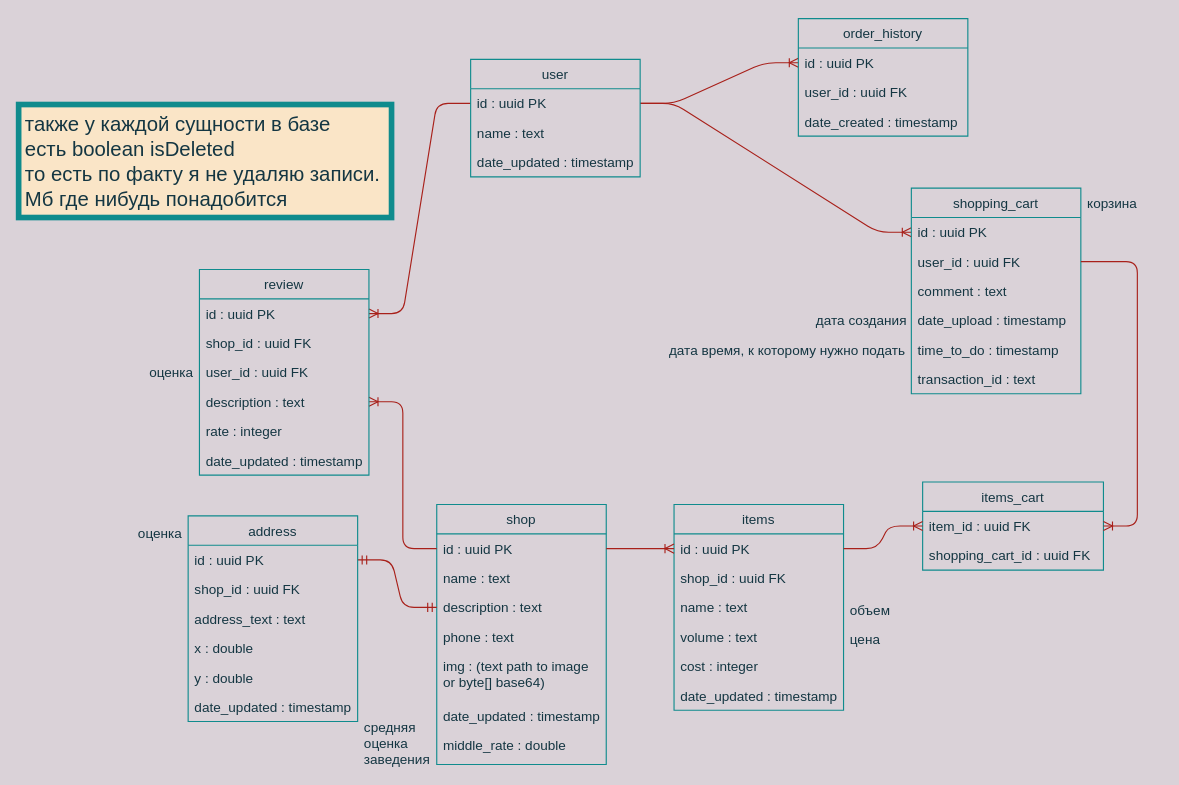
This is no_sresso_bd.drawio from kaemetronon/coffee-back, a draw.io file, before an edit. Source tidied: cells renumbered, new cells numbered last; positions are measured from the earlier drawing's top-left corner, leaving out a move shared by most shapes. Both pictures are drawn from the tidied source at 113%, with x=0, y=0 at pixel (18, 18).
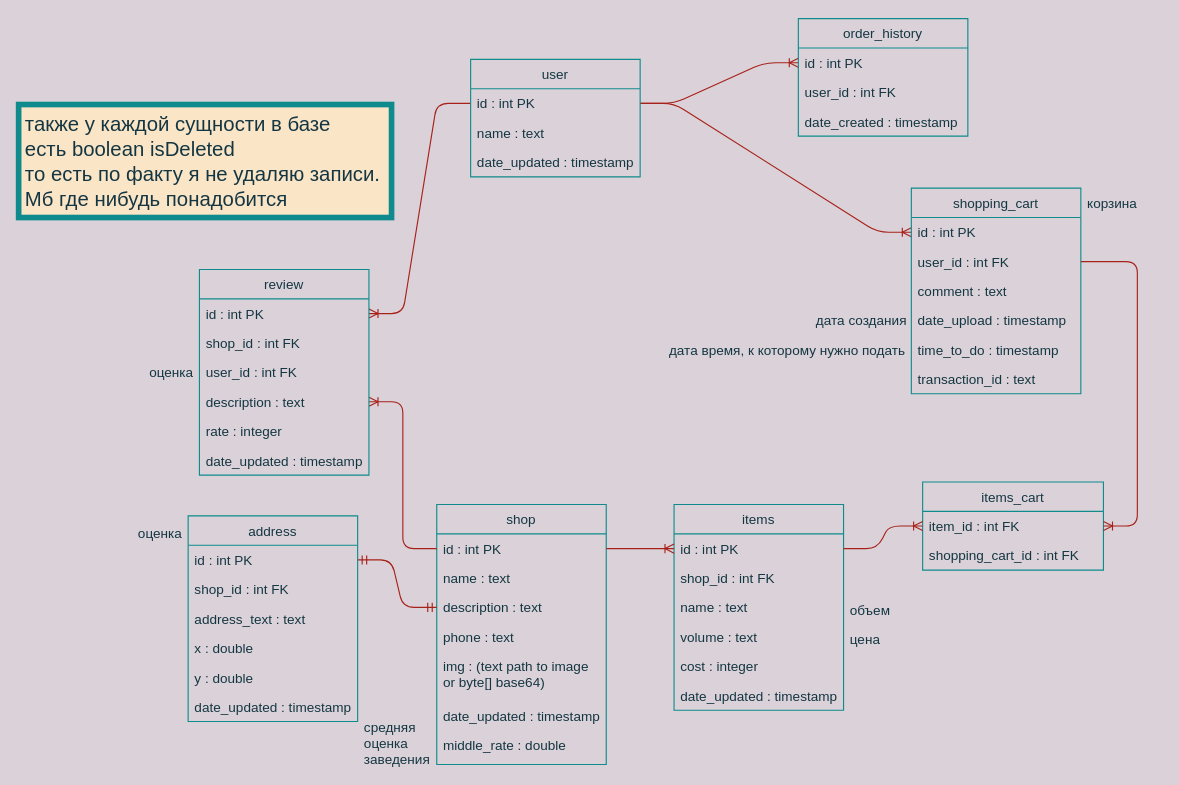
Above is the later version.

Unchanged cells that the change refers to:
```xml
<mxCell id="2" value="shop" style="swimlane;fontStyle=0;horizontal=1;startSize=26;fillColor=none;strokeColor=#0F8B8D;fontColor=#143642;" parent="1" vertex="1">
  <mxGeometry x="370" y="430" width="150" height="230" as="geometry" />
</mxCell>
<mxCell id="10" value="items" style="swimlane;fontStyle=0;horizontal=1;startSize=26;fillColor=none;strokeColor=#0F8B8D;fontColor=#143642;" parent="1" vertex="1">
  <mxGeometry x="580" y="430" width="150" height="182" as="geometry" />
</mxCell>
<mxCell id="31" value="review" style="swimlane;fontStyle=0;horizontal=1;startSize=26;fillColor=none;strokeColor=#0F8B8D;fontColor=#143642;" parent="1" vertex="1">
  <mxGeometry x="160" y="222" width="150" height="182" as="geometry" />
</mxCell>
<mxCell id="39" value="items_cart" style="swimlane;fontStyle=0;horizontal=1;startSize=26;fillColor=none;strokeColor=#0F8B8D;fontColor=#143642;" parent="1" vertex="1">
  <mxGeometry x="800" y="410" width="160" height="78" as="geometry" />
</mxCell>
<mxCell id="43" value="user" style="swimlane;fontStyle=0;horizontal=1;startSize=26;fillColor=none;strokeColor=#0F8B8D;fontColor=#143642;" parent="1" vertex="1">
  <mxGeometry x="400" y="36" width="150" height="104" as="geometry" />
</mxCell>
<mxCell id="47" value="order_history" style="swimlane;fontStyle=0;horizontal=1;startSize=26;fillColor=none;strokeColor=#0F8B8D;fontColor=#143642;" parent="1" vertex="1">
  <mxGeometry x="690" width="150" height="104" as="geometry" />
</mxCell>
<mxCell id="51" value="shopping_cart" style="swimlane;fontStyle=0;horizontal=1;startSize=26;fillColor=none;strokeColor=#0F8B8D;fontColor=#143642;" parent="1" vertex="1">
  <mxGeometry x="790" y="150" width="150" height="182" as="geometry" />
</mxCell>
<mxCell id="59" value="address" style="swimlane;fontStyle=0;horizontal=1;startSize=26;fillColor=none;strokeColor=#0F8B8D;fontColor=#143642;" parent="1" vertex="1">
  <mxGeometry x="150" y="440" width="150" height="182" as="geometry" />
</mxCell>
```

Change to the diagram source:
```diff
@@
-    <mxCell id="3" value="id : uuid PK" style="text;strokeColor=none;fillColor=none;align=left;verticalAlign=top;spacingLeft=4;spacingRight=4;overflow=hidden;points=[[0,0.5],[1,0.5]];portConstraint=eastwest;fontColor=#143642;" parent="2" vertex="1">
+    <mxCell id="3" value="id : int PK" style="text;strokeColor=none;fillColor=none;align=left;verticalAlign=top;spacingLeft=4;spacingRight=4;overflow=hidden;points=[[0,0.5],[1,0.5]];portConstraint=eastwest;fontColor=#143642;" parent="2" vertex="1">
       <mxGeometry y="26" width="150" height="26" as="geometry" />
     </mxCell>
@@
-    <mxCell id="11" value="id : uuid PK" style="text;strokeColor=none;fillColor=none;align=left;verticalAlign=top;spacingLeft=4;spacingRight=4;overflow=hidden;points=[[0,0.5],[1,0.5]];portConstraint=eastwest;fontColor=#143642;" parent="10" vertex="1">
+    <mxCell id="11" value="id : int PK" style="text;strokeColor=none;fillColor=none;align=left;verticalAlign=top;spacingLeft=4;spacingRight=4;overflow=hidden;points=[[0,0.5],[1,0.5]];portConstraint=eastwest;fontColor=#143642;" parent="10" vertex="1">
       <mxGeometry y="26" width="150" height="26" as="geometry" />
     </mxCell>
-    <mxCell id="12" value="shop_id : uuid FK" style="text;strokeColor=none;fillColor=none;align=left;verticalAlign=top;spacingLeft=4;spacingRight=4;overflow=hidden;fontColor=#143642;" parent="10" vertex="1">
+    <mxCell id="12" value="shop_id : int FK" style="text;strokeColor=none;fillColor=none;align=left;verticalAlign=top;spacingLeft=4;spacingRight=4;overflow=hidden;fontColor=#143642;" parent="10" vertex="1">
       <mxGeometry y="52" width="150" height="26" as="geometry" />
     </mxCell>
@@
-    <mxCell id="32" value="id : uuid PK" style="text;strokeColor=none;fillColor=none;align=left;verticalAlign=top;spacingLeft=4;spacingRight=4;overflow=hidden;points=[[0,0.5],[1,0.5]];portConstraint=eastwest;fontColor=#143642;" parent="31" vertex="1">
+    <mxCell id="32" value="id : int PK" style="text;strokeColor=none;fillColor=none;align=left;verticalAlign=top;spacingLeft=4;spacingRight=4;overflow=hidden;points=[[0,0.5],[1,0.5]];portConstraint=eastwest;fontColor=#143642;" parent="31" vertex="1">
       <mxGeometry y="26" width="150" height="26" as="geometry" />
     </mxCell>
-    <mxCell id="33" value="shop_id : uuid FK" style="text;strokeColor=none;fillColor=none;align=left;verticalAlign=top;spacingLeft=4;spacingRight=4;overflow=hidden;fontColor=#143642;" parent="31" vertex="1">
+    <mxCell id="33" value="shop_id : int FK" style="text;strokeColor=none;fillColor=none;align=left;verticalAlign=top;spacingLeft=4;spacingRight=4;overflow=hidden;fontColor=#143642;" parent="31" vertex="1">
       <mxGeometry y="52" width="150" height="26" as="geometry" />
     </mxCell>
-    <mxCell id="34" value="user_id : uuid FK" style="text;strokeColor=none;fillColor=none;align=left;verticalAlign=top;spacingLeft=4;spacingRight=4;overflow=hidden;fontColor=#143642;" parent="31" vertex="1">
+    <mxCell id="34" value="user_id : int FK" style="text;strokeColor=none;fillColor=none;align=left;verticalAlign=top;spacingLeft=4;spacingRight=4;overflow=hidden;fontColor=#143642;" parent="31" vertex="1">
       <mxGeometry y="78" width="150" height="26" as="geometry" />
     </mxCell>
@@
-    <mxCell id="40" value="item_id : uuid FK" style="text;strokeColor=none;fillColor=none;align=left;verticalAlign=top;spacingLeft=4;spacingRight=4;overflow=hidden;points=[[0,0.5],[1,0.5]];portConstraint=eastwest;fontColor=#143642;" parent="39" vertex="1">
+    <mxCell id="40" value="item_id : int FK" style="text;strokeColor=none;fillColor=none;align=left;verticalAlign=top;spacingLeft=4;spacingRight=4;overflow=hidden;points=[[0,0.5],[1,0.5]];portConstraint=eastwest;fontColor=#143642;" parent="39" vertex="1">
       <mxGeometry y="26" width="160" height="26" as="geometry" />
     </mxCell>
-    <mxCell id="41" value="shopping_cart_id : uuid FK" style="text;strokeColor=none;fillColor=none;align=left;verticalAlign=top;spacingLeft=4;spacingRight=4;overflow=hidden;fontColor=#143642;" parent="39" vertex="1">
+    <mxCell id="41" value="shopping_cart_id : int FK" style="text;strokeColor=none;fillColor=none;align=left;verticalAlign=top;spacingLeft=4;spacingRight=4;overflow=hidden;fontColor=#143642;" parent="39" vertex="1">
       <mxGeometry y="52" width="160" height="26" as="geometry" />
     </mxCell>
@@
-    <mxCell id="44" value="id : uuid PK" style="text;strokeColor=none;fillColor=none;align=left;verticalAlign=top;spacingLeft=4;spacingRight=4;overflow=hidden;points=[[0,0.5],[1,0.5]];portConstraint=eastwest;fontColor=#143642;" parent="43" vertex="1">
+    <mxCell id="44" value="id : int PK" style="text;strokeColor=none;fillColor=none;align=left;verticalAlign=top;spacingLeft=4;spacingRight=4;overflow=hidden;points=[[0,0.5],[1,0.5]];portConstraint=eastwest;fontColor=#143642;" parent="43" vertex="1">
       <mxGeometry y="26" width="150" height="26" as="geometry" />
     </mxCell>
@@
-    <mxCell id="48" value="id : uuid PK" style="text;strokeColor=none;fillColor=none;align=left;verticalAlign=top;spacingLeft=4;spacingRight=4;overflow=hidden;points=[[0,0.5],[1,0.5]];portConstraint=eastwest;fontColor=#143642;" parent="47" vertex="1">
+    <mxCell id="48" value="id : int PK" style="text;strokeColor=none;fillColor=none;align=left;verticalAlign=top;spacingLeft=4;spacingRight=4;overflow=hidden;points=[[0,0.5],[1,0.5]];portConstraint=eastwest;fontColor=#143642;" parent="47" vertex="1">
       <mxGeometry y="26" width="150" height="26" as="geometry" />
     </mxCell>
-    <mxCell id="49" value="user_id : uuid FK" style="text;strokeColor=none;fillColor=none;align=left;verticalAlign=top;spacingLeft=4;spacingRight=4;overflow=hidden;fontColor=#143642;" parent="47" vertex="1">
+    <mxCell id="49" value="user_id : int FK" style="text;strokeColor=none;fillColor=none;align=left;verticalAlign=top;spacingLeft=4;spacingRight=4;overflow=hidden;fontColor=#143642;" parent="47" vertex="1">
       <mxGeometry y="52" width="150" height="26" as="geometry" />
     </mxCell>
@@
-    <mxCell id="52" value="id : uuid PK" style="text;strokeColor=none;fillColor=none;align=left;verticalAlign=top;spacingLeft=4;spacingRight=4;overflow=hidden;points=[[0,0.5],[1,0.5]];portConstraint=eastwest;fontColor=#143642;" parent="51" vertex="1">
+    <mxCell id="52" value="id : int PK" style="text;strokeColor=none;fillColor=none;align=left;verticalAlign=top;spacingLeft=4;spacingRight=4;overflow=hidden;points=[[0,0.5],[1,0.5]];portConstraint=eastwest;fontColor=#143642;" parent="51" vertex="1">
       <mxGeometry y="26" width="150" height="26" as="geometry" />
     </mxCell>
-    <mxCell id="53" value="user_id : uuid FK" style="text;strokeColor=none;fillColor=none;align=left;verticalAlign=top;spacingLeft=4;spacingRight=4;overflow=hidden;points=[[0,0.5],[1,0.5]];portConstraint=eastwest;fontColor=#143642;" parent="51" vertex="1">
+    <mxCell id="53" value="user_id : int FK" style="text;strokeColor=none;fillColor=none;align=left;verticalAlign=top;spacingLeft=4;spacingRight=4;overflow=hidden;points=[[0,0.5],[1,0.5]];portConstraint=eastwest;fontColor=#143642;" parent="51" vertex="1">
       <mxGeometry y="52" width="150" height="26" as="geometry" />
     </mxCell>
@@
-    <mxCell id="60" value="id : uuid PK" style="text;strokeColor=none;fillColor=none;align=left;verticalAlign=top;spacingLeft=4;spacingRight=4;overflow=hidden;points=[[0,0.5],[1,0.5]];portConstraint=eastwest;fontColor=#143642;" parent="59" vertex="1">
+    <mxCell id="60" value="id : int PK" style="text;strokeColor=none;fillColor=none;align=left;verticalAlign=top;spacingLeft=4;spacingRight=4;overflow=hidden;points=[[0,0.5],[1,0.5]];portConstraint=eastwest;fontColor=#143642;" parent="59" vertex="1">
       <mxGeometry y="26" width="150" height="26" as="geometry" />
     </mxCell>
-    <mxCell id="61" value="shop_id : uuid FK" style="text;strokeColor=none;fillColor=none;align=left;verticalAlign=top;spacingLeft=4;spacingRight=4;overflow=hidden;fontColor=#143642;" parent="59" vertex="1">
+    <mxCell id="61" value="shop_id : int FK" style="text;strokeColor=none;fillColor=none;align=left;verticalAlign=top;spacingLeft=4;spacingRight=4;overflow=hidden;fontColor=#143642;" parent="59" vertex="1">
       <mxGeometry y="52" width="150" height="26" as="geometry" />
     </mxCell>
```
